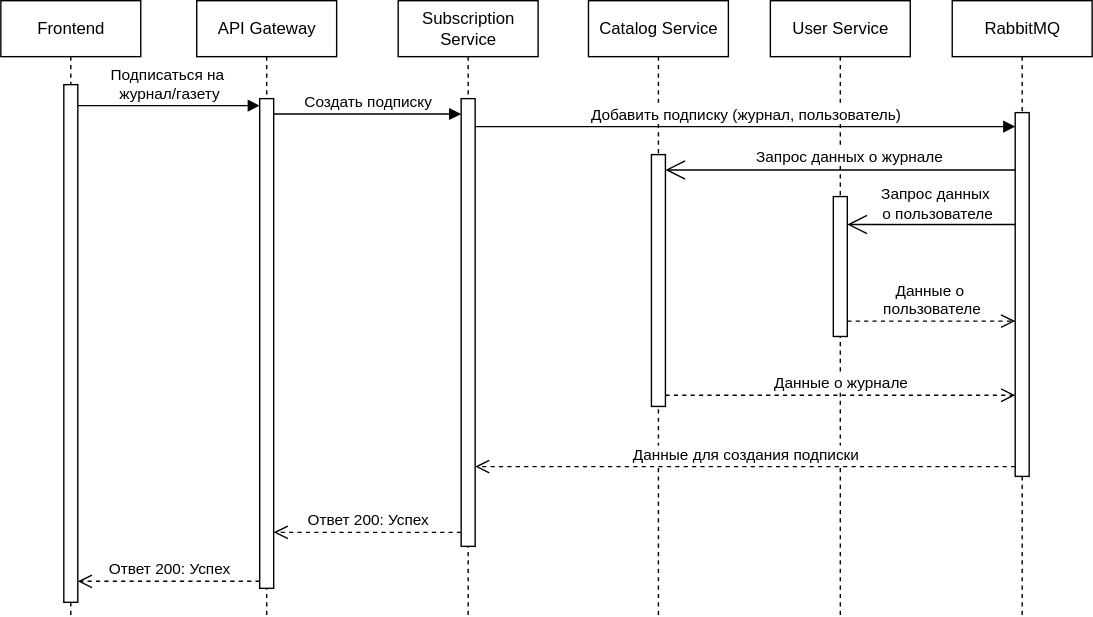
The draw.io diagram UML/UML_sequences_add_subscription.svg in Michail19/NewspaperSubscriber, before a commit. Source tidied: cells renumbered, new cells last; positions are measured from the earlier drawing's top-left corner, leaving out a move shared by most shapes. The source it was exported from:
```xml
<mxGraphModel>
  <root>
    <mxCell id="0" />
    <mxCell id="1" parent="0" />
    <mxCell id="2" value="Frontend" style="shape=umlLifeline;perimeter=lifelinePerimeter;whiteSpace=wrap;html=1;newEdgeStyle={&quot;curved&quot;:0,&quot;rounded&quot;:0};" parent="1" vertex="1">
      <mxGeometry width="100" height="440" as="geometry" />
    </mxCell>
    <mxCell id="3" style="html=1;points=[[0,0,0,0,5],[0,1,0,0,-5],[1,0,0,0,5],[1,1,0,0,-5]];perimeter=orthogonalPerimeter;outlineConnect=0;targetShapes=umlLifeline;portConstraint=eastwest;newEdgeStyle={&quot;curved&quot;:0,&quot;rounded&quot;:0};" parent="2" vertex="1">
      <mxGeometry x="45" y="60" width="10" height="370" as="geometry" />
    </mxCell>
    <mxCell id="4" value="API Gateway" style="shape=umlLifeline;perimeter=lifelinePerimeter;whiteSpace=wrap;html=1;newEdgeStyle={&quot;curved&quot;:0,&quot;rounded&quot;:0};" parent="1" vertex="1">
      <mxGeometry x="140" width="100" height="440" as="geometry" />
    </mxCell>
    <mxCell id="5" style="html=1;points=[[0,0,0,0,5],[0,1,0,0,-5],[1,0,0,0,5],[1,1,0,0,-5]];perimeter=orthogonalPerimeter;outlineConnect=0;targetShapes=umlLifeline;portConstraint=eastwest;newEdgeStyle={&quot;curved&quot;:0,&quot;rounded&quot;:0};" parent="4" vertex="1">
      <mxGeometry x="45" y="70" width="10" height="350" as="geometry" />
    </mxCell>
    <mxCell id="6" value="User Service" style="shape=umlLifeline;perimeter=lifelinePerimeter;whiteSpace=wrap;html=1;newEdgeStyle={&quot;curved&quot;:0,&quot;rounded&quot;:0};" parent="1" vertex="1">
      <mxGeometry x="550" width="100" height="440" as="geometry" />
    </mxCell>
    <mxCell id="7" style="html=1;perimeter=orthogonalPerimeter;targetShapes=umlLifeline;newEdgeStyle={&quot;curved&quot;:0,&quot;rounded&quot;:0};" parent="6" vertex="1">
      <mxGeometry x="45" y="140" width="10" height="100" as="geometry" />
    </mxCell>
    <mxCell id="8" value="Subscription Service" style="shape=umlLifeline;perimeter=lifelinePerimeter;whiteSpace=wrap;html=1;newEdgeStyle={&quot;curved&quot;:0,&quot;rounded&quot;:0};" parent="1" vertex="1">
      <mxGeometry x="284" width="100" height="440" as="geometry" />
    </mxCell>
    <mxCell id="9" style="html=1;points=[[0,0,0,0,5],[0,1,0,0,-5],[1,0,0,0,5],[1,1,0,0,-5]];perimeter=orthogonalPerimeter;outlineConnect=0;targetShapes=umlLifeline;portConstraint=eastwest;newEdgeStyle={&quot;curved&quot;:0,&quot;rounded&quot;:0};" parent="8" vertex="1">
      <mxGeometry x="45" y="70" width="10" height="320" as="geometry" />
    </mxCell>
    <mxCell id="10" value="Catalog Service" style="shape=umlLifeline;perimeter=lifelinePerimeter;whiteSpace=wrap;html=1;newEdgeStyle={&quot;curved&quot;:0,&quot;rounded&quot;:0};" parent="1" vertex="1">
      <mxGeometry x="420" width="100" height="440" as="geometry" />
    </mxCell>
    <mxCell id="11" style="html=1;perimeter=orthogonalPerimeter;targetShapes=umlLifeline;newEdgeStyle={&quot;curved&quot;:0,&quot;rounded&quot;:0};" parent="10" vertex="1">
      <mxGeometry x="45" y="110" width="10" height="180" as="geometry" />
    </mxCell>
    <mxCell id="12" value="RabbitMQ" style="shape=umlLifeline;perimeter=lifelinePerimeter;whiteSpace=wrap;html=1;newEdgeStyle={&quot;curved&quot;:0,&quot;rounded&quot;:0};" parent="1" vertex="1">
      <mxGeometry x="680" width="100" height="440" as="geometry" />
    </mxCell>
    <mxCell id="13" style="html=1;points=[[0,0,0,0,5],[0,1,0,0,-5],[1,0,0,0,5],[1,1,0,0,-5]];perimeter=orthogonalPerimeter;outlineConnect=0;targetShapes=umlLifeline;portConstraint=eastwest;newEdgeStyle={&quot;curved&quot;:0,&quot;rounded&quot;:0};" parent="12" vertex="1">
      <mxGeometry x="45" y="80" width="10" height="260" as="geometry" />
    </mxCell>
    <mxCell id="14" value="Подписаться на&amp;nbsp;&lt;div&gt;журнал/газету&lt;/div&gt;" style="html=1;verticalAlign=bottom;endArrow=block;curved=0;rounded=0;entryX=0;entryY=0;entryDx=0;entryDy=5;" parent="1" edge="1" source="3" target="5">
      <mxGeometry relative="1" as="geometry" />
    </mxCell>
    <mxCell id="15" value="Ответ 200: Успех" style="html=1;verticalAlign=bottom;endArrow=open;dashed=1;endSize=8;curved=0;rounded=0;exitX=0;exitY=1;exitDx=0;exitDy=-5;" parent="1" edge="1" source="5" target="3">
      <mxGeometry relative="1" as="geometry" />
    </mxCell>
    <mxCell id="16" value="Создать подписку" style="html=1;verticalAlign=bottom;endArrow=block;curved=0;rounded=0;" parent="1" edge="1" target="9">
      <mxGeometry relative="1" as="geometry">
        <mxPoint x="195" y="81" as="sourcePoint" />
      </mxGeometry>
    </mxCell>
    <mxCell id="17" value="Добавить подписку (журнал, пользователь)" style="html=1;verticalAlign=bottom;endArrow=block;curved=0;rounded=0;" parent="1" edge="1" target="13">
      <mxGeometry relative="1" as="geometry">
        <mxPoint x="339" y="90" as="sourcePoint" />
      </mxGeometry>
    </mxCell>
    <mxCell id="18" style="endArrow=open;endFill=1;endSize=12;html=1;rounded=0;" parent="1" edge="1">
      <mxGeometry relative="1" as="geometry">
        <mxPoint x="725" y="121" as="sourcePoint" />
        <mxPoint x="475" y="121" as="targetPoint" />
      </mxGeometry>
    </mxCell>
    <mxCell id="19" value="Запрос данных о журнале" style="edgeLabel;html=1;align=center;verticalAlign=middle;" parent="18" vertex="1">
      <mxGeometry x="-0.28" y="-1" relative="1" as="geometry">
        <mxPoint x="-30" y="-10" as="offset" />
      </mxGeometry>
    </mxCell>
    <mxCell id="20" style="endArrow=open;endFill=1;endSize=12;html=1;rounded=0;" parent="1" edge="1">
      <mxGeometry relative="1" as="geometry">
        <mxPoint x="725" y="160" as="sourcePoint" />
        <mxPoint x="605" y="160" as="targetPoint" />
      </mxGeometry>
    </mxCell>
    <mxCell id="21" value="Запрос данных&amp;nbsp;&lt;div&gt;о пользователе&lt;/div&gt;" style="edgeLabel;html=1;align=center;verticalAlign=middle;" parent="20" vertex="1">
      <mxGeometry x="-0.28" y="-1" relative="1" as="geometry">
        <mxPoint x="-14" y="-15" as="offset" />
      </mxGeometry>
    </mxCell>
    <mxCell id="22" value="Данные о&amp;nbsp;&lt;div&gt;пользователе&lt;/div&gt;" style="html=1;verticalAlign=bottom;endArrow=open;dashed=1;endSize=8;curved=0;rounded=0;" parent="1" edge="1">
      <mxGeometry relative="1" as="geometry">
        <mxPoint x="605" y="229" as="sourcePoint" />
        <mxPoint x="725" y="229" as="targetPoint" />
      </mxGeometry>
    </mxCell>
    <mxCell id="23" value="Данные о журнале" style="html=1;verticalAlign=bottom;endArrow=open;dashed=1;endSize=8;curved=0;rounded=0;" parent="1" edge="1">
      <mxGeometry relative="1" as="geometry">
        <mxPoint x="475" y="282" as="sourcePoint" />
        <mxPoint x="725" y="282" as="targetPoint" />
      </mxGeometry>
    </mxCell>
    <mxCell id="24" value="Данные для создания подписки" style="html=1;verticalAlign=bottom;endArrow=open;dashed=1;endSize=8;curved=0;rounded=0;" parent="1" edge="1">
      <mxGeometry relative="1" as="geometry">
        <mxPoint x="725" y="333" as="sourcePoint" />
        <mxPoint x="339" y="333" as="targetPoint" />
      </mxGeometry>
    </mxCell>
    <mxCell id="25" value="Ответ 200: Успех" style="html=1;verticalAlign=bottom;endArrow=open;dashed=1;endSize=8;curved=0;rounded=0;" parent="1" edge="1">
      <mxGeometry relative="1" as="geometry">
        <mxPoint x="329" y="380" as="sourcePoint" />
        <mxPoint x="195" y="380" as="targetPoint" />
      </mxGeometry>
    </mxCell>
  </root>
</mxGraphModel>
```
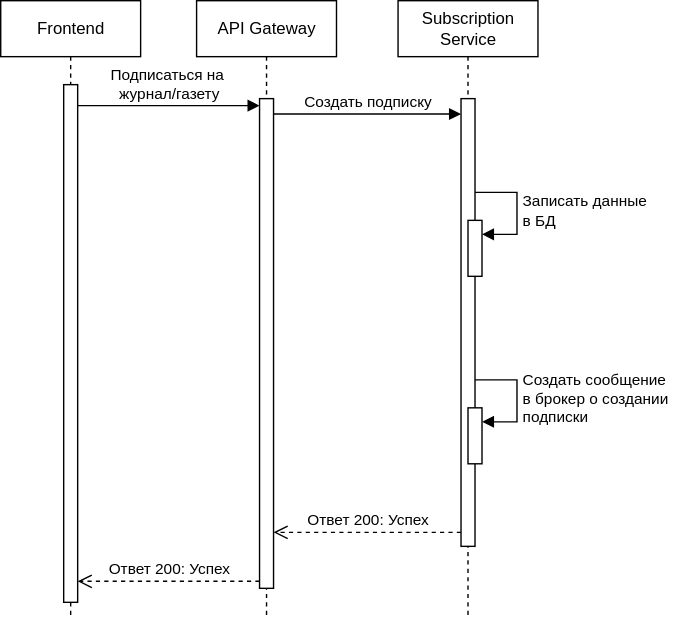
Later version of the same file.

Diff of the diagram source:
```diff
@@ -14,30 +14,23 @@
     <mxCell id="5" style="html=1;points=[[0,0,0,0,5],[0,1,0,0,-5],[1,0,0,0,5],[1,1,0,0,-5]];perimeter=orthogonalPerimeter;outlineConnect=0;targetShapes=umlLifeline;portConstraint=eastwest;newEdgeStyle={&quot;curved&quot;:0,&quot;rounded&quot;:0};" parent="4" vertex="1">
       <mxGeometry x="45" y="70" width="10" height="350" as="geometry" />
     </mxCell>
-    <mxCell id="6" value="User Service" style="shape=umlLifeline;perimeter=lifelinePerimeter;whiteSpace=wrap;html=1;newEdgeStyle={&quot;curved&quot;:0,&quot;rounded&quot;:0};" parent="1" vertex="1">
-      <mxGeometry x="550" width="100" height="440" as="geometry" />
-    </mxCell>
-    <mxCell id="7" style="html=1;perimeter=orthogonalPerimeter;targetShapes=umlLifeline;newEdgeStyle={&quot;curved&quot;:0,&quot;rounded&quot;:0};" parent="6" vertex="1">
-      <mxGeometry x="45" y="140" width="10" height="100" as="geometry" />
-    </mxCell>
     <mxCell id="8" value="Subscription Service" style="shape=umlLifeline;perimeter=lifelinePerimeter;whiteSpace=wrap;html=1;newEdgeStyle={&quot;curved&quot;:0,&quot;rounded&quot;:0};" parent="1" vertex="1">
       <mxGeometry x="284" width="100" height="440" as="geometry" />
     </mxCell>
     <mxCell id="9" style="html=1;points=[[0,0,0,0,5],[0,1,0,0,-5],[1,0,0,0,5],[1,1,0,0,-5]];perimeter=orthogonalPerimeter;outlineConnect=0;targetShapes=umlLifeline;portConstraint=eastwest;newEdgeStyle={&quot;curved&quot;:0,&quot;rounded&quot;:0};" parent="8" vertex="1">
       <mxGeometry x="45" y="70" width="10" height="320" as="geometry" />
     </mxCell>
-    <mxCell id="10" value="Catalog Service" style="shape=umlLifeline;perimeter=lifelinePerimeter;whiteSpace=wrap;html=1;newEdgeStyle={&quot;curved&quot;:0,&quot;rounded&quot;:0};" parent="1" vertex="1">
-      <mxGeometry x="420" width="100" height="440" as="geometry" />
-    </mxCell>
-    <mxCell id="11" style="html=1;perimeter=orthogonalPerimeter;targetShapes=umlLifeline;newEdgeStyle={&quot;curved&quot;:0,&quot;rounded&quot;:0};" parent="10" vertex="1">
-      <mxGeometry x="45" y="110" width="10" height="180" as="geometry" />
-    </mxCell>
-    <mxCell id="12" value="RabbitMQ" style="shape=umlLifeline;perimeter=lifelinePerimeter;whiteSpace=wrap;html=1;newEdgeStyle={&quot;curved&quot;:0,&quot;rounded&quot;:0};" parent="1" vertex="1">
-      <mxGeometry x="680" width="100" height="440" as="geometry" />
-    </mxCell>
-    <mxCell id="13" style="html=1;points=[[0,0,0,0,5],[0,1,0,0,-5],[1,0,0,0,5],[1,1,0,0,-5]];perimeter=orthogonalPerimeter;outlineConnect=0;targetShapes=umlLifeline;portConstraint=eastwest;newEdgeStyle={&quot;curved&quot;:0,&quot;rounded&quot;:0};" parent="12" vertex="1">
-      <mxGeometry x="45" y="80" width="10" height="260" as="geometry" />
-    </mxCell>
+    <mxCell id="26" style="html=1;points=[[0,0,0,0,5],[0,1,0,0,-5],[1,0,0,0,5],[1,1,0,0,-5]];perimeter=orthogonalPerimeter;outlineConnect=0;targetShapes=umlLifeline;portConstraint=eastwest;newEdgeStyle={&quot;curved&quot;:0,&quot;rounded&quot;:0};" parent="8" vertex="1">
+      <mxGeometry x="50" y="291" width="10" height="40" as="geometry" />
+    </mxCell>
+    <mxCell id="27" value="Создать сообщение&amp;nbsp;&lt;div&gt;в брокер о создании&amp;nbsp;&lt;/div&gt;&lt;div&gt;подписки&lt;/div&gt;" style="html=1;align=left;spacingLeft=2;endArrow=block;rounded=0;edgeStyle=orthogonalEdgeStyle;curved=0;rounded=0;" parent="8" edge="1" target="26">
+      <mxGeometry relative="1" as="geometry">
+        <mxPoint x="55" y="271" as="sourcePoint" />
+        <Array as="points">
+          <mxPoint x="85" y="301" />
+        </Array>
+      </mxGeometry>
+    </mxCell>
     <mxCell id="14" value="Подписаться на&amp;nbsp;&lt;div&gt;журнал/газету&lt;/div&gt;" style="html=1;verticalAlign=bottom;endArrow=block;curved=0;rounded=0;entryX=0;entryY=0;entryDx=0;entryDy=5;" parent="1" edge="1" source="3" target="5">
       <mxGeometry relative="1" as="geometry" />
     </mxCell>
@@ -49,56 +42,22 @@
         <mxPoint x="195" y="81" as="sourcePoint" />
       </mxGeometry>
     </mxCell>
-    <mxCell id="17" value="Добавить подписку (журнал, пользователь)" style="html=1;verticalAlign=bottom;endArrow=block;curved=0;rounded=0;" parent="1" edge="1" target="13">
-      <mxGeometry relative="1" as="geometry">
-        <mxPoint x="339" y="90" as="sourcePoint" />
-      </mxGeometry>
-    </mxCell>
-    <mxCell id="18" style="endArrow=open;endFill=1;endSize=12;html=1;rounded=0;" parent="1" edge="1">
-      <mxGeometry relative="1" as="geometry">
-        <mxPoint x="725" y="121" as="sourcePoint" />
-        <mxPoint x="475" y="121" as="targetPoint" />
-      </mxGeometry>
-    </mxCell>
-    <mxCell id="19" value="Запрос данных о журнале" style="edgeLabel;html=1;align=center;verticalAlign=middle;" parent="18" vertex="1">
-      <mxGeometry x="-0.28" y="-1" relative="1" as="geometry">
-        <mxPoint x="-30" y="-10" as="offset" />
-      </mxGeometry>
-    </mxCell>
-    <mxCell id="20" style="endArrow=open;endFill=1;endSize=12;html=1;rounded=0;" parent="1" edge="1">
-      <mxGeometry relative="1" as="geometry">
-        <mxPoint x="725" y="160" as="sourcePoint" />
-        <mxPoint x="605" y="160" as="targetPoint" />
-      </mxGeometry>
-    </mxCell>
-    <mxCell id="21" value="Запрос данных&amp;nbsp;&lt;div&gt;о пользователе&lt;/div&gt;" style="edgeLabel;html=1;align=center;verticalAlign=middle;" parent="20" vertex="1">
-      <mxGeometry x="-0.28" y="-1" relative="1" as="geometry">
-        <mxPoint x="-14" y="-15" as="offset" />
-      </mxGeometry>
-    </mxCell>
-    <mxCell id="22" value="Данные о&amp;nbsp;&lt;div&gt;пользователе&lt;/div&gt;" style="html=1;verticalAlign=bottom;endArrow=open;dashed=1;endSize=8;curved=0;rounded=0;" parent="1" edge="1">
-      <mxGeometry relative="1" as="geometry">
-        <mxPoint x="605" y="229" as="sourcePoint" />
-        <mxPoint x="725" y="229" as="targetPoint" />
-      </mxGeometry>
-    </mxCell>
-    <mxCell id="23" value="Данные о журнале" style="html=1;verticalAlign=bottom;endArrow=open;dashed=1;endSize=8;curved=0;rounded=0;" parent="1" edge="1">
-      <mxGeometry relative="1" as="geometry">
-        <mxPoint x="475" y="282" as="sourcePoint" />
-        <mxPoint x="725" y="282" as="targetPoint" />
-      </mxGeometry>
-    </mxCell>
-    <mxCell id="24" value="Данные для создания подписки" style="html=1;verticalAlign=bottom;endArrow=open;dashed=1;endSize=8;curved=0;rounded=0;" parent="1" edge="1">
-      <mxGeometry relative="1" as="geometry">
-        <mxPoint x="725" y="333" as="sourcePoint" />
-        <mxPoint x="339" y="333" as="targetPoint" />
-      </mxGeometry>
-    </mxCell>
     <mxCell id="25" value="Ответ 200: Успех" style="html=1;verticalAlign=bottom;endArrow=open;dashed=1;endSize=8;curved=0;rounded=0;" parent="1" edge="1">
       <mxGeometry relative="1" as="geometry">
         <mxPoint x="329" y="380" as="sourcePoint" />
         <mxPoint x="195" y="380" as="targetPoint" />
       </mxGeometry>
     </mxCell>
+    <mxCell id="28" style="html=1;points=[[0,0,0,0,5],[0,1,0,0,-5],[1,0,0,0,5],[1,1,0,0,-5]];perimeter=orthogonalPerimeter;outlineConnect=0;targetShapes=umlLifeline;portConstraint=eastwest;newEdgeStyle={&quot;curved&quot;:0,&quot;rounded&quot;:0};" parent="1" vertex="1">
+      <mxGeometry x="334" y="157" width="10" height="40" as="geometry" />
+    </mxCell>
+    <mxCell id="29" value="Записать данные&amp;nbsp;&lt;div&gt;в БД&lt;/div&gt;" style="html=1;align=left;spacingLeft=2;endArrow=block;rounded=0;edgeStyle=orthogonalEdgeStyle;curved=0;rounded=0;" parent="1" edge="1" target="28">
+      <mxGeometry relative="1" as="geometry">
+        <mxPoint x="339" y="137" as="sourcePoint" />
+        <Array as="points">
+          <mxPoint x="369" y="167" />
+        </Array>
+      </mxGeometry>
+    </mxCell>
   </root>
 </mxGraphModel>
```
